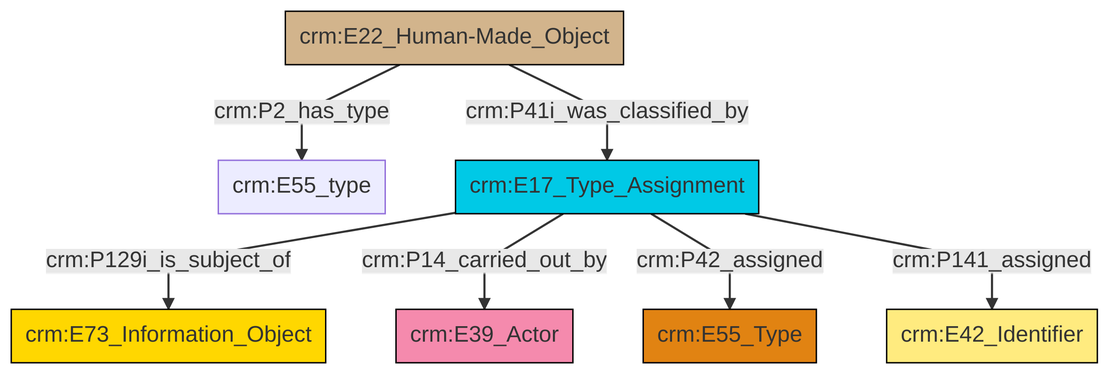
swiss-art-research-net/docs.swissartresearch keeps this Mermaid diagram as et/builtWorkCSV/ttl/mmd/png/Built_Work_designation_status.png. Above is the earlier version. Its source is kept beside it as et/builtWorkCSV/ttl/mmd/Built_Work_designation_status.ttl.mmd.
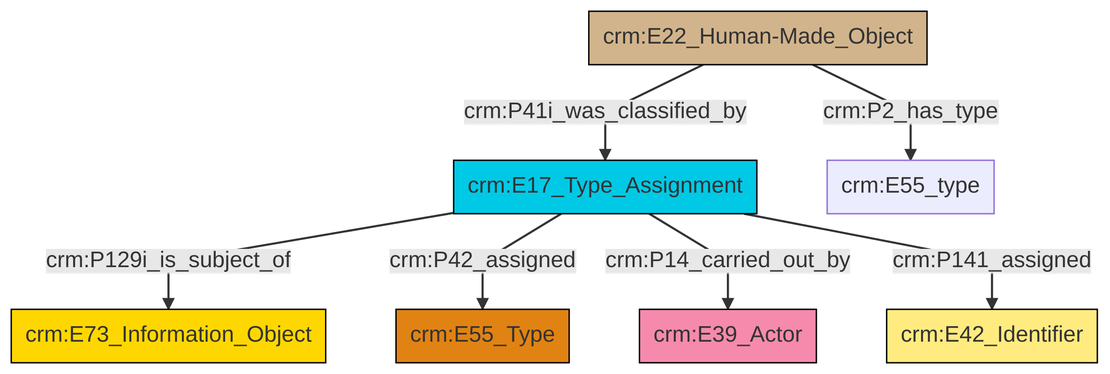
Later version of the same file.

What changed in the source:
```diff
@@ -13,9 +13,9 @@
 classDef PC_Classes fill:#4ce600, stroke:#000000;
 classDef Multi fill:#cccccc,stroke:#000000;
 
-0["crm:E22_Human-Made_Object"]:::Physical_Thing -->|crm:P2_has_type| 1["crm:E55_type"]:::Default
-0["crm:E22_Human-Made_Object"]:::Physical_Thing -->|crm:P41i_was_classified_by| 4["crm:E17_Type_Assignment"]:::Temporal_Entity
-4["crm:E17_Type_Assignment"]:::Temporal_Entity -->|crm:P129i_is_subject_of| 2["crm:E73_Information_Object"]:::Conceptual_Object
-4["crm:E17_Type_Assignment"]:::Temporal_Entity -->|crm:P14_carried_out_by| 6["crm:E39_Actor"]:::Actor
-4["crm:E17_Type_Assignment"]:::Temporal_Entity -->|crm:P42_assigned| 8["crm:E55_Type"]:::Type
-4["crm:E17_Type_Assignment"]:::Temporal_Entity -->|crm:P141_assigned| 11["crm:E42_Identifier"]:::Appellation
+0["crm:E17_Type_Assignment"]:::Temporal_Entity -->|crm:P129i_is_subject_of| 1["crm:E73_Information_Object"]:::Conceptual_Object
+4["crm:E22_Human-Made_Object"]:::Physical_Thing -->|crm:P41i_was_classified_by| 0["crm:E17_Type_Assignment"]:::Temporal_Entity
+0["crm:E17_Type_Assignment"]:::Temporal_Entity -->|crm:P42_assigned| 2["crm:E55_Type"]:::Type
+4["crm:E22_Human-Made_Object"]:::Physical_Thing -->|crm:P2_has_type| 11["crm:E55_type"]:::Default
+0["crm:E17_Type_Assignment"]:::Temporal_Entity -->|crm:P14_carried_out_by| 13["crm:E39_Actor"]:::Actor
+0["crm:E17_Type_Assignment"]:::Temporal_Entity -->|crm:P141_assigned| 5["crm:E42_Identifier"]:::Appellation
```
